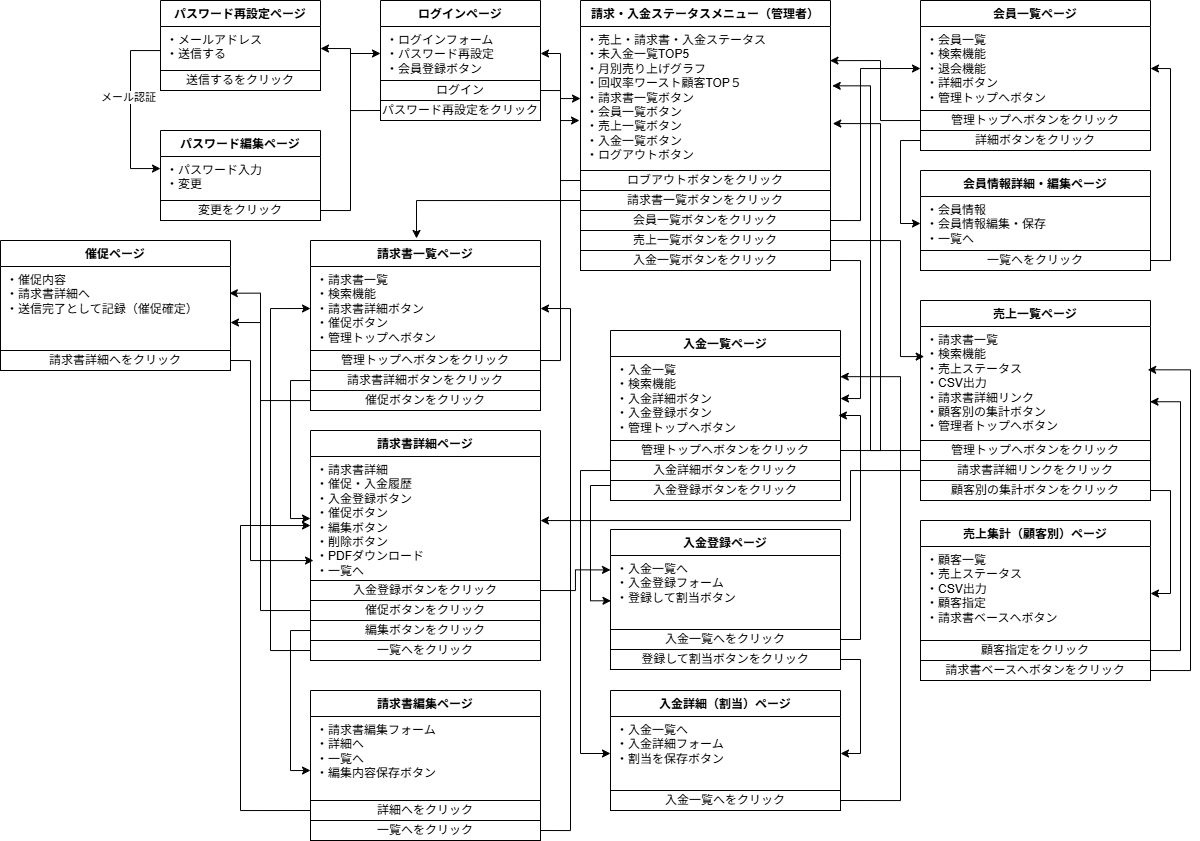
Before: docs/diagram/admin-diagram.drawio.png, a diagram exported from draw.io (fewioaghwrao/Invoice-management-system-lite). Source tidied: cells renumbered, new cells last; positions are measured from the earlier drawing's top-left corner, leaving out a move shared by most shapes.
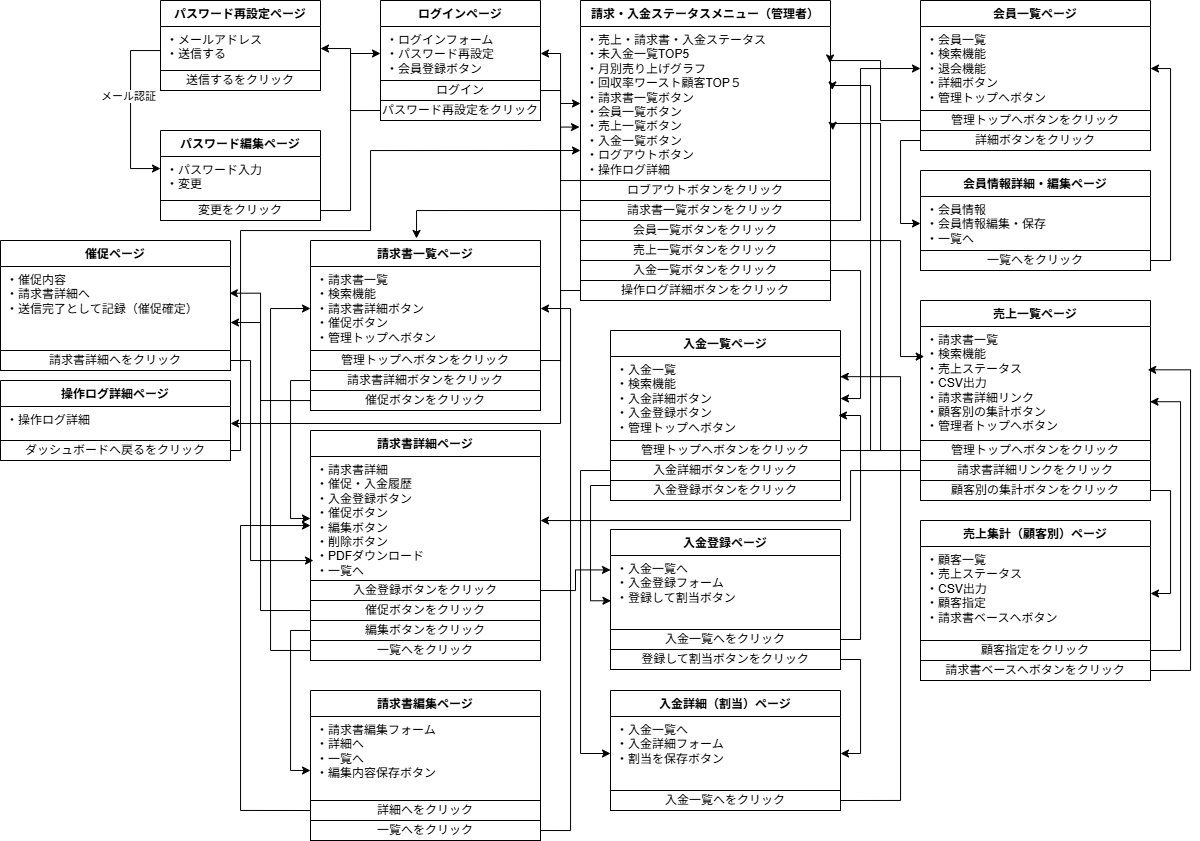
The same diagram one commit later.

Commit message:
Update Dockerfile and diagrams

Change to the diagram source:
```diff
@@ -15,26 +15,29 @@
       <mxGeometry y="100" width="160" height="20" as="geometry" />
     </mxCell>
     <mxCell id="6" value="請求・入金ステータスメニュー（管理者）" style="swimlane;fontStyle=1;align=center;verticalAlign=top;horizontal=1;startSize=26;whiteSpace=wrap;html=1;" parent="1" vertex="1">
-      <mxGeometry x="580" width="250" height="270" as="geometry" />
+      <mxGeometry x="580" width="250" height="300" as="geometry" />
     </mxCell>
-    <mxCell id="7" value="&lt;div&gt;・売上・請求書・入金ステータス&lt;/div&gt;&lt;div&gt;・未入金一覧TOP5&lt;/div&gt;&lt;div&gt;・月別売り上げグラフ&lt;/div&gt;&lt;div&gt;・回収率ワースト顧客TOP５&lt;/div&gt;&lt;div&gt;・請求書一覧ボタン&lt;/div&gt;&lt;div&gt;・会員一覧ボタン&lt;/div&gt;&lt;div&gt;・売上一覧ボタン&lt;/div&gt;&lt;div&gt;・入金一覧ボタン&lt;/div&gt;&lt;div&gt;・ログアウトボタン&lt;/div&gt;" style="text;strokeColor=none;fillColor=none;align=left;verticalAlign=top;spacingLeft=4;spacingRight=4;overflow=hidden;points=[[0,0.5],[1,0.5]];portConstraint=eastwest;whiteSpace=wrap;html=1;" parent="6" vertex="1">
-      <mxGeometry y="26" width="250" height="144" as="geometry" />
+    <mxCell id="7" value="&lt;div&gt;・売上・請求書・入金ステータス&lt;/div&gt;&lt;div&gt;・未入金一覧TOP5&lt;/div&gt;&lt;div&gt;・月別売り上げグラフ&lt;/div&gt;&lt;div&gt;・回収率ワースト顧客TOP５&lt;/div&gt;&lt;div&gt;・請求書一覧ボタン&lt;/div&gt;&lt;div&gt;・会員一覧ボタン&lt;/div&gt;&lt;div&gt;・売上一覧ボタン&lt;/div&gt;&lt;div&gt;・入金一覧ボタン&lt;/div&gt;&lt;div&gt;・ログアウトボタン&lt;/div&gt;&lt;div&gt;・操作ログ詳細&lt;/div&gt;" style="text;strokeColor=none;fillColor=none;align=left;verticalAlign=top;spacingLeft=4;spacingRight=4;overflow=hidden;points=[[0,0.5],[1,0.5]];portConstraint=eastwest;whiteSpace=wrap;html=1;" parent="6" vertex="1">
+      <mxGeometry y="26" width="250" height="154" as="geometry" />
     </mxCell>
     <mxCell id="8" value="ロブアウトボタンをクリック" style="html=1;whiteSpace=wrap;" parent="6" vertex="1">
-      <mxGeometry y="170" width="250" height="20" as="geometry" />
+      <mxGeometry y="180" width="250" height="20" as="geometry" />
     </mxCell>
     <mxCell id="9" value="請求書一覧ボタンをクリック" style="rounded=0;whiteSpace=wrap;html=1;" parent="6" vertex="1">
-      <mxGeometry y="190" width="250" height="20" as="geometry" />
+      <mxGeometry y="200" width="250" height="20" as="geometry" />
     </mxCell>
     <mxCell id="10" value="会員一覧ボタンをクリック" style="rounded=0;whiteSpace=wrap;html=1;" parent="6" vertex="1">
-      <mxGeometry y="210" width="250" height="20" as="geometry" />
+      <mxGeometry y="220" width="250" height="20" as="geometry" />
     </mxCell>
     <mxCell id="11" value="売上一覧ボタンをクリック" style="rounded=0;whiteSpace=wrap;html=1;" parent="6" vertex="1">
-      <mxGeometry y="230" width="250" height="20" as="geometry" />
+      <mxGeometry y="240" width="250" height="20" as="geometry" />
     </mxCell>
     <mxCell id="12" value="入金一覧ボタンをクリック" style="rounded=0;whiteSpace=wrap;html=1;" parent="6" vertex="1">
-      <mxGeometry y="250" width="250" height="20" as="geometry" />
+      <mxGeometry y="260" width="250" height="20" as="geometry" />
     </mxCell>
+    <mxCell id="99" value="操作ログ詳細ボタンをクリック" style="rounded=0;whiteSpace=wrap;html=1;" parent="6" vertex="1">
+      <mxGeometry y="280" width="250" height="20" as="geometry" />
+    </mxCell>
     <mxCell id="13" style="edgeStyle=orthogonalEdgeStyle;rounded=0;jettySize=auto;html=1;exitX=0;exitY=0.5;exitDx=0;exitDy=0;entryX=1;entryY=0.5;entryDx=0;entryDy=0;" parent="1" edge="1" source="8" target="3">
       <mxGeometry relative="1" as="geometry">
         <Array as="points">
@@ -388,5 +391,33 @@
         </Array>
       </mxGeometry>
     </mxCell>
+    <mxCell id="100" value="操作ログ詳細ページ" style="swimlane;fontStyle=1;align=center;verticalAlign=top;horizontal=1;startSize=26;whiteSpace=wrap;html=1;" parent="1" vertex="1">
+      <mxGeometry y="380" width="230" height="80" as="geometry" />
+    </mxCell>
+    <mxCell id="101" value="&lt;div&gt;・操作ログ詳細&lt;/div&gt;" style="text;strokeColor=none;fillColor=none;align=left;verticalAlign=top;spacingLeft=4;spacingRight=4;overflow=hidden;points=[[0,0.5],[1,0.5]];portConstraint=eastwest;whiteSpace=wrap;html=1;" parent="100" vertex="1">
+      <mxGeometry y="26" width="230" height="34" as="geometry" />
+    </mxCell>
+    <mxCell id="102" value="ダッシュボードへ戻るをクリック" style="rounded=0;whiteSpace=wrap;html=1;" parent="100" vertex="1">
+      <mxGeometry y="60" width="230" height="20" as="geometry" />
+    </mxCell>
+    <mxCell id="103" style="edgeStyle=orthogonalEdgeStyle;rounded=0;jettySize=auto;html=1;exitX=0;exitY=0.5;exitDx=0;exitDy=0;" parent="1" edge="1" source="99" target="101">
+      <mxGeometry relative="1" as="geometry">
+        <Array as="points">
+          <mxPoint x="560" y="290" />
+          <mxPoint x="560" y="423" />
+        </Array>
+      </mxGeometry>
+    </mxCell>
+    <mxCell id="104" style="edgeStyle=orthogonalEdgeStyle;rounded=0;jettySize=auto;html=1;exitX=1;exitY=0.5;exitDx=0;exitDy=0;" parent="1" edge="1" source="102">
+      <mxGeometry relative="1" as="geometry">
+        <mxPoint x="580" y="150" as="targetPoint" />
+        <Array as="points">
+          <mxPoint x="240" y="450" />
+          <mxPoint x="240" y="230" />
+          <mxPoint x="370" y="230" />
+          <mxPoint x="370" y="150" />
+        </Array>
+      </mxGeometry>
+    </mxCell>
   </root>
 </mxGraphModel>
```
